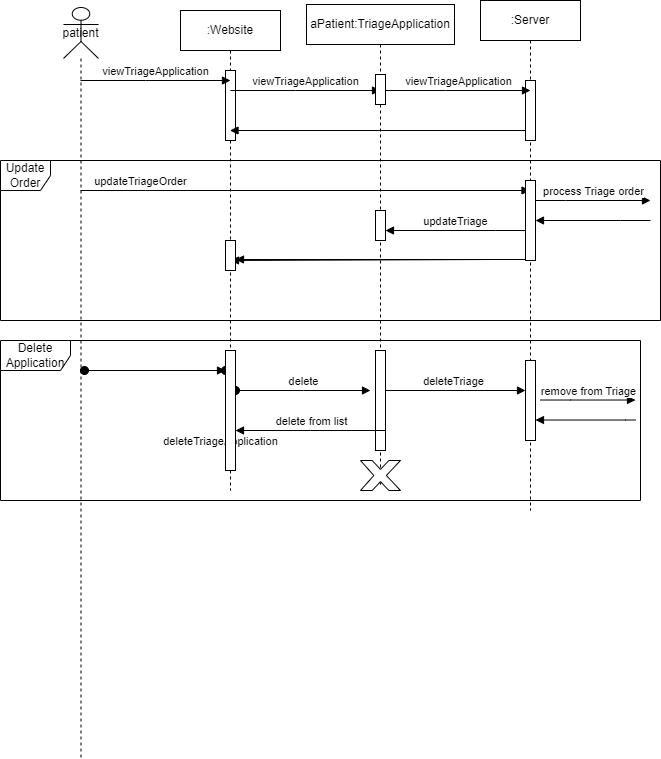
Earlier version of the draw.io export Milestone2/activityDiagrams/Copy of view triage sequence diagram.drawio.png (SENG-350-2024-fall/Team5). Source tidied: cells renumbered, new cells last; positions are measured from the earlier drawing's top-left corner, leaving out a move shared by most shapes.
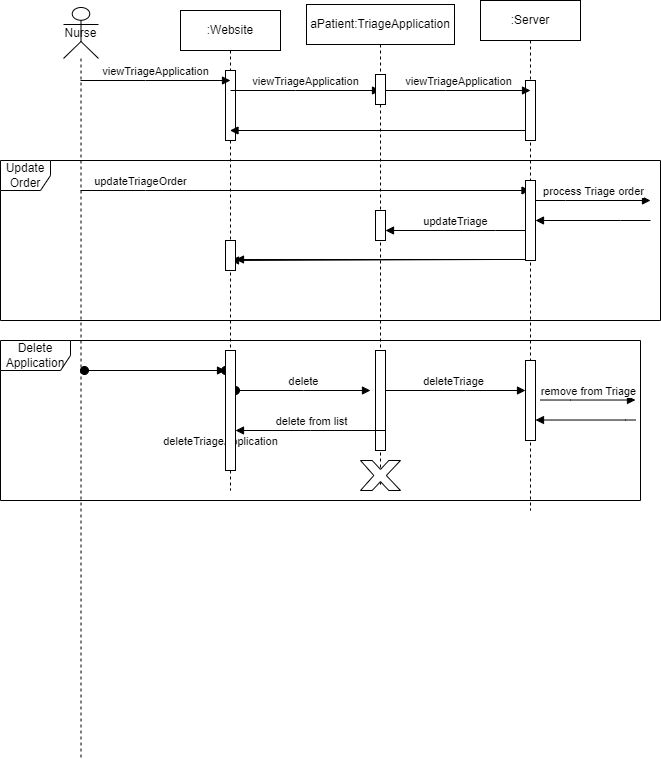
After the change.

What changed in the source:
```diff
@@ -190,7 +190,7 @@
     <mxCell id="36" style="html=1;points=[];perimeter=orthogonalPerimeter;outlineConnect=0;targetShapes=umlLifeline;portConstraint=eastwest;newEdgeStyle={&quot;edgeStyle&quot;:&quot;elbowEdgeStyle&quot;,&quot;elbow&quot;:&quot;vertical&quot;,&quot;curved&quot;:0,&quot;rounded&quot;:0};" parent="1" vertex="1">
       <mxGeometry x="375" y="74" width="10" height="30" as="geometry" />
     </mxCell>
-    <mxCell id="37" value="patient" style="shape=umlLifeline;perimeter=lifelinePerimeter;whiteSpace=wrap;html=1;newEdgeStyle={&quot;curved&quot;:0,&quot;rounded&quot;:0};participant=umlActor;size=51;" parent="1" vertex="1">
+    <mxCell id="37" value="Nurse" style="shape=umlLifeline;perimeter=lifelinePerimeter;whiteSpace=wrap;html=1;newEdgeStyle={&quot;curved&quot;:0,&quot;rounded&quot;:0};participant=umlActor;size=51;" parent="1" vertex="1">
       <mxGeometry x="63" y="7" width="35" height="751" as="geometry" />
     </mxCell>
   </root>
```
